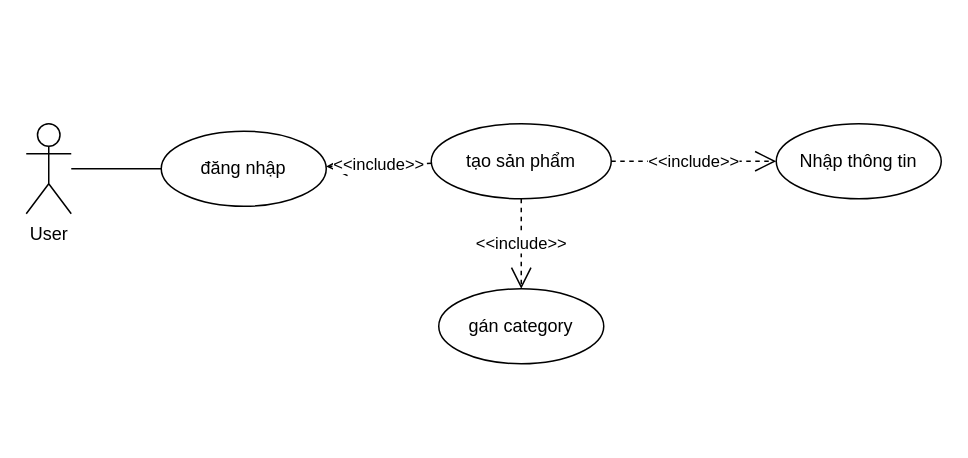
The draw.io diagram BlogProject/BlogProject/Đăng sản phẩm.drawio in TranThanhHoang123/Blog, before the edit. Source tidied: cells renumbered, new cells numbered last; positions are measured from the earlier drawing's top-left corner, leaving out a move shared by most shapes. Both pictures are drawn from the tidied source at 150%, with x=0, y=0 at pixel (26, 123).
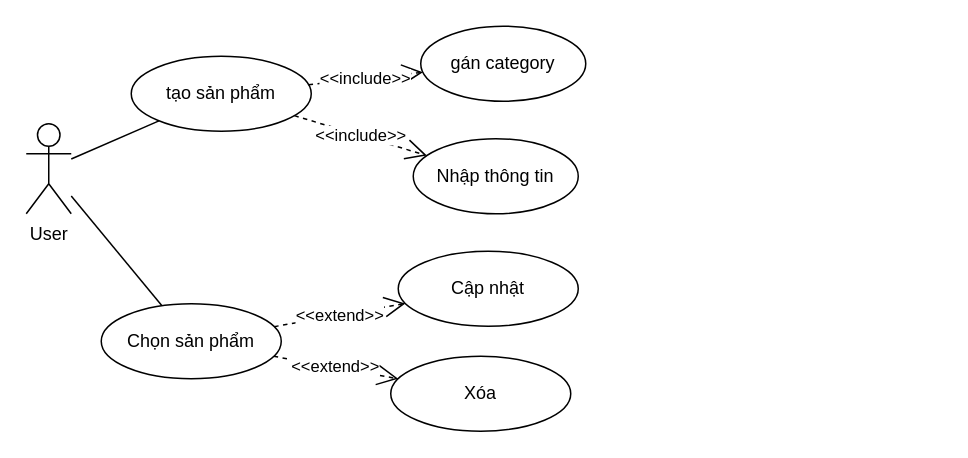
The same diagram, later.

The edit, as a diff of the source:
```diff
@@
 <mxGraphModel>
   <root>
     <mxCell id="0" />
     <mxCell id="1" parent="0" />
     <mxCell id="2" value="User" style="shape=umlActor;verticalLabelPosition=bottom;verticalAlign=top;html=1;outlineConnect=0;" parent="1" vertex="1">
       <mxGeometry width="30" height="60" as="geometry" />
     </mxCell>
-    <mxCell id="3" value="đăng nhập" style="ellipse;whiteSpace=wrap;html=1;" parent="1" vertex="1">
-      <mxGeometry x="90" y="5" width="110" height="50" as="geometry" />
-    </mxCell>
-    <mxCell id="4" style="endArrow=none;html=1;rounded=0;" parent="1" edge="1" source="2" target="3">
+    <mxCell id="4" style="endArrow=none;html=1;rounded=0;" parent="1" edge="1" source="2" target="15">
       <mxGeometry relative="1" as="geometry" />
     </mxCell>
     <mxCell id="5" value="tạo sản phẩm" style="ellipse;whiteSpace=wrap;html=1;" parent="1" vertex="1">
-      <mxGeometry x="270" width="120" height="50" as="geometry" />
+      <mxGeometry x="70" y="-45" width="120" height="50" as="geometry" />
     </mxCell>
-    <mxCell id="6" value="&amp;lt;&amp;lt;include&amp;gt;&amp;gt;" style="endArrow=open;endSize=12;dashed=1;html=1;rounded=0;strokeColor=default;align=center;verticalAlign=middle;fontFamily=Helvetica;fontSize=11;fontColor=default;labelBackgroundColor=default;edgeStyle=none;" parent="1" edge="1" source="5" target="3">
-      <mxGeometry relative="1" as="geometry" />
-    </mxCell>
     <mxCell id="7" value="gán category" style="ellipse;whiteSpace=wrap;html=1;" parent="1" vertex="1">
-      <mxGeometry x="275" y="110" width="110" height="50" as="geometry" />
+      <mxGeometry x="263" y="-65" width="110" height="50" as="geometry" />
     </mxCell>
     <mxCell id="8" value="&amp;lt;&amp;lt;include&amp;gt;&amp;gt;" style="endArrow=open;endSize=12;dashed=1;html=1;rounded=0;strokeColor=default;align=center;verticalAlign=middle;fontFamily=Helvetica;fontSize=11;fontColor=default;labelBackgroundColor=default;edgeStyle=none;" parent="1" edge="1" source="5" target="7">
       <mxGeometry relative="1" as="geometry" />
     </mxCell>
     <mxCell id="9" value="Nhập thông tin" style="ellipse;whiteSpace=wrap;html=1;" parent="1" vertex="1">
-      <mxGeometry x="500" width="110" height="50" as="geometry" />
+      <mxGeometry x="258" y="10" width="110" height="50" as="geometry" />
     </mxCell>
     <mxCell id="10" value="&amp;lt;&amp;lt;include&amp;gt;&amp;gt;" style="endArrow=open;endSize=12;dashed=1;html=1;rounded=0;strokeColor=default;align=center;verticalAlign=middle;fontFamily=Helvetica;fontSize=11;fontColor=default;labelBackgroundColor=default;edgeStyle=none;" parent="1" edge="1" source="5" target="9">
       <mxGeometry relative="1" as="geometry" />
     </mxCell>
+    <mxCell id="11" value="Cập nhật" style="ellipse;whiteSpace=wrap;html=1;" parent="1" vertex="1">
+      <mxGeometry x="248" y="85" width="120" height="50" as="geometry" />
+    </mxCell>
+    <mxCell id="12" value="Xóa" style="ellipse;whiteSpace=wrap;html=1;" parent="1" vertex="1">
+      <mxGeometry x="243" y="155" width="120" height="50" as="geometry" />
+    </mxCell>
+    <mxCell id="13" value="&amp;lt;&amp;lt;extend&amp;gt;&amp;gt;" style="endArrow=open;endSize=12;dashed=1;html=1;rounded=0;strokeColor=default;align=center;verticalAlign=middle;fontFamily=Helvetica;fontSize=11;fontColor=default;labelBackgroundColor=default;edgeStyle=none;" parent="1" edge="1" source="15" target="11">
+      <mxGeometry relative="1" as="geometry" />
+    </mxCell>
+    <mxCell id="14" value="&amp;lt;&amp;lt;extend&amp;gt;&amp;gt;" style="endArrow=open;endSize=12;dashed=1;html=1;rounded=0;strokeColor=default;align=center;verticalAlign=middle;fontFamily=Helvetica;fontSize=11;fontColor=default;labelBackgroundColor=default;edgeStyle=none;" parent="1" edge="1" source="15" target="12">
+      <mxGeometry relative="1" as="geometry" />
+    </mxCell>
+    <mxCell id="15" value="Chọn sản phẩm" style="ellipse;whiteSpace=wrap;html=1;" parent="1" vertex="1">
+      <mxGeometry x="50" y="120" width="120" height="50" as="geometry" />
+    </mxCell>
+    <mxCell id="16" style="endArrow=none;html=1;rounded=0;" parent="1" edge="1" source="2" target="5">
+      <mxGeometry relative="1" as="geometry" />
+    </mxCell>
   </root>
 </mxGraphModel>
```
